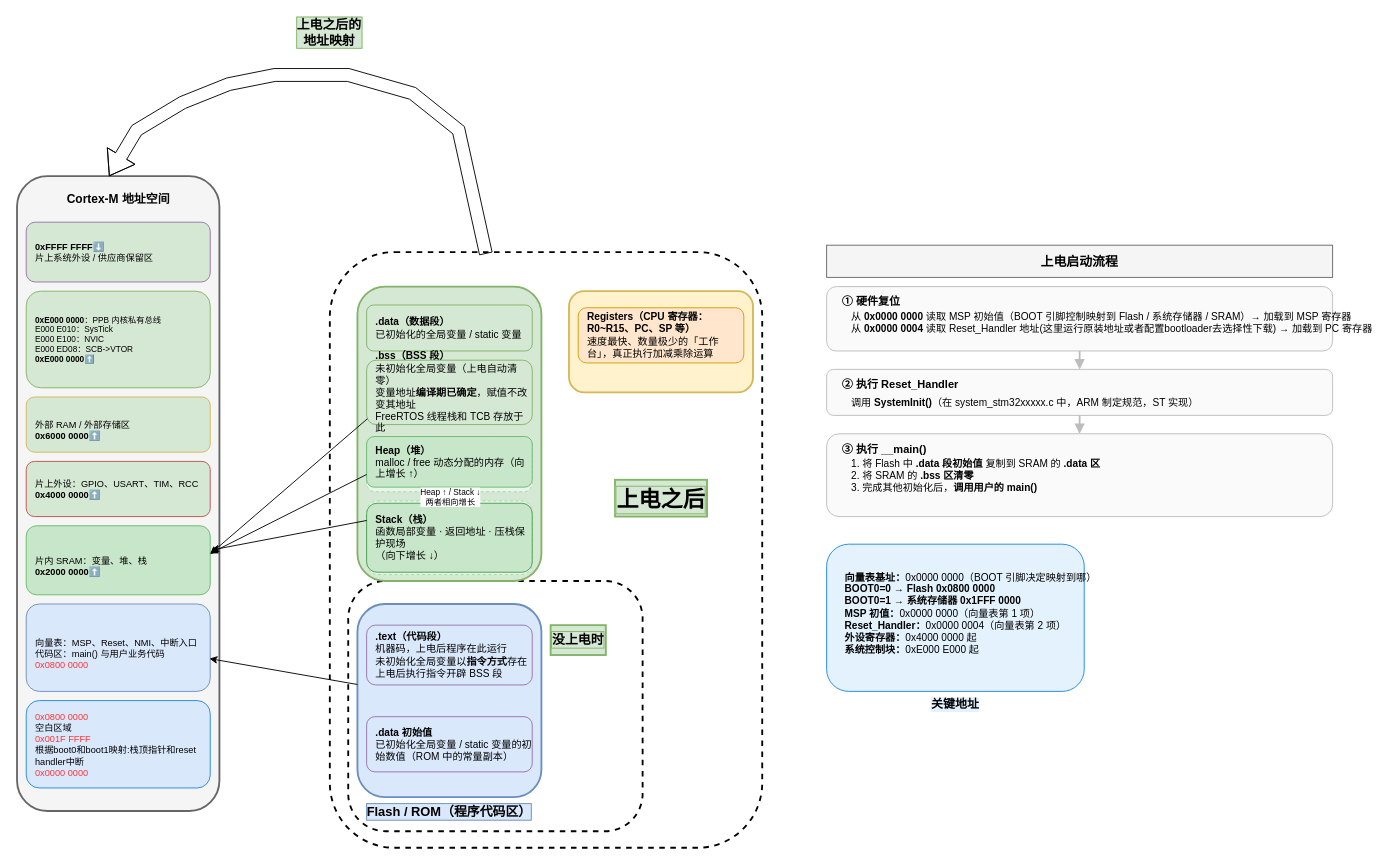
The draw.io diagram 术中自有万钟粟/Cortex-M4内核原理/arm_mcu内存划分.drawio in evil0knight/Basic_learning_record, before the edit. Source tidied: cells renumbered, new cells numbered last; positions are measured from the earlier drawing's top-left corner, leaving out a move shared by most shapes. Both pictures are drawn from the tidied source at 92%, with x=0, y=0 at pixel (17, 75).
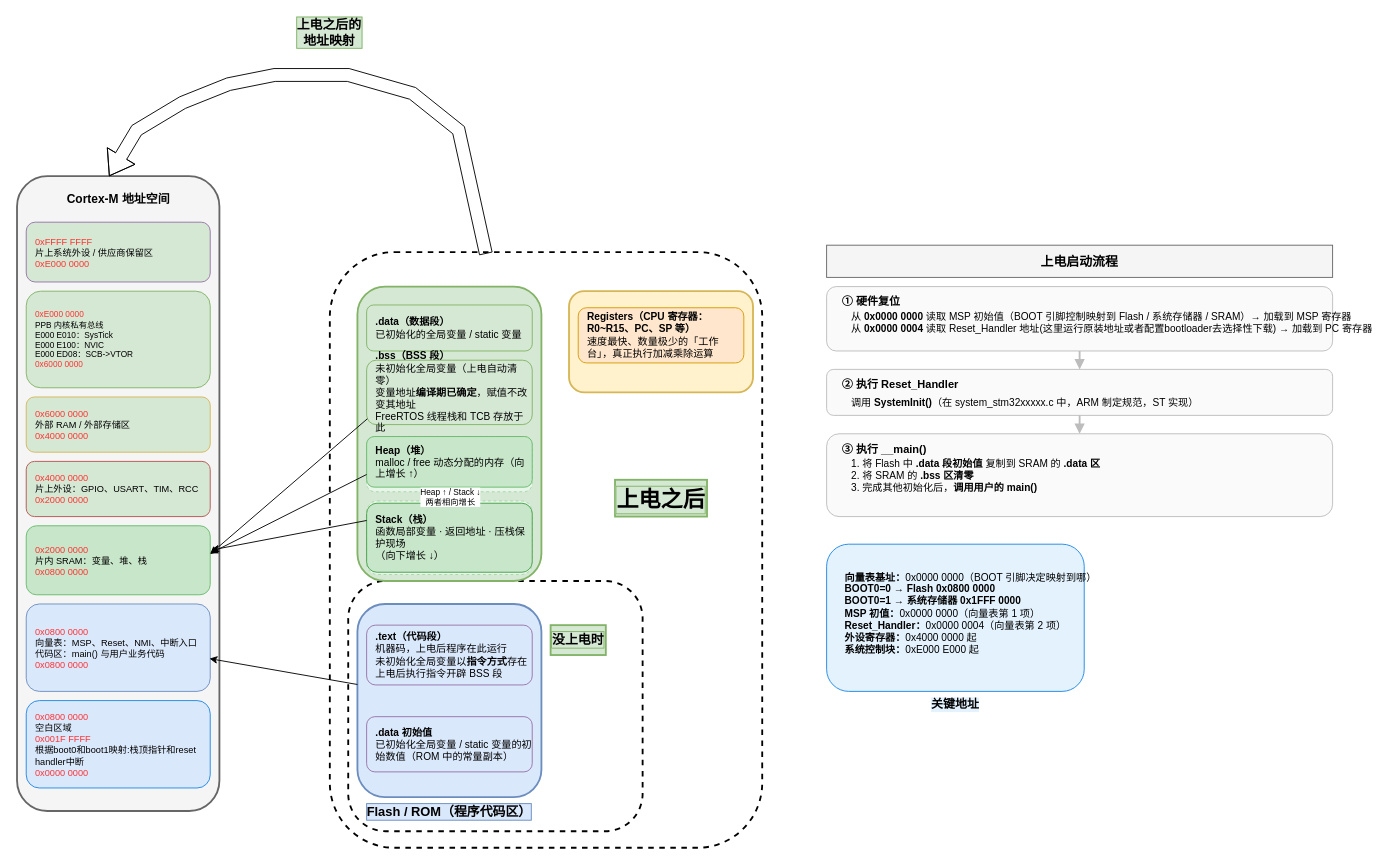
After the change.

Commit message:
整理 Cortex-M 地址空间图：各区域补全上下边界地址

What changed in the source:
```diff
@@
-    <mxCell id="34" value="&lt;b&gt;0xFFFF FFFF⬇️&lt;/b&gt;&lt;br&gt;片上系统外设 / 供应商保留区" style="rounded=1;whiteSpace=wrap;html=1;fillColor=#D5E8D4;strokeColor=#9673a6;fontSize=10;align=left;spacingLeft=8;" parent="1" vertex="1">
+    <mxCell id="34" value="&lt;span style=&quot;color: rgb(255, 51, 51);&quot;&gt;0xFFFF FFFF&lt;/span&gt;&lt;br&gt;片上系统外设 / 供应商保留区&lt;br&gt;&lt;span style=&quot;color: rgb(255, 51, 51);&quot;&gt;0xE000 0000&lt;/span&gt;" style="rounded=1;whiteSpace=wrap;html=1;fillColor=#D5E8D4;strokeColor=#9673a6;fontSize=10;align=left;spacingLeft=8;" parent="1" vertex="1">
       <mxGeometry x="10" y="160" width="200" height="65" as="geometry" />
     </mxCell>
-    <mxCell id="35" value="&lt;b&gt;0xE000 0000&lt;/b&gt;：PPB 内核私有总线&lt;br&gt;E000 E010：SysTick&lt;br&gt;E000 E100：NVIC&lt;br&gt;E000 ED08：SCB-&amp;gt;VTOR&lt;div&gt;&lt;b&gt;0xE000 0000⬆️&lt;/b&gt;&lt;/div&gt;" style="rounded=1;whiteSpace=wrap;html=1;fillColor=#D5E8D4;strokeColor=#82b366;fontSize=9;align=left;spacingLeft=8;" parent="1" vertex="1">
+    <mxCell id="35" value="&lt;span style=&quot;color: rgb(255, 51, 51);&quot;&gt;0xE000 0000&lt;/span&gt;&lt;br&gt;PPB 内核私有总线&lt;br&gt;E000 E010：SysTick&lt;br&gt;E000 E100：NVIC&lt;br&gt;E000 ED08：SCB-&amp;gt;VTOR&lt;br&gt;&lt;span style=&quot;color: rgb(255, 51, 51);&quot;&gt;0x6000 0000&lt;/span&gt;" style="rounded=1;whiteSpace=wrap;html=1;fillColor=#D5E8D4;strokeColor=#82b366;fontSize=9;align=left;spacingLeft=8;" parent="1" vertex="1">
       <mxGeometry x="10" y="235" width="200" height="105" as="geometry" />
     </mxCell>
-    <mxCell id="36" value="&lt;br&gt;外部 RAM / 外部存储区&lt;div&gt;&lt;b&gt;0x6000 0000⬆️&lt;/b&gt;&lt;/div&gt;" style="rounded=1;whiteSpace=wrap;html=1;fillColor=#D5E8D4;strokeColor=#d6b656;fontSize=10;align=left;spacingLeft=8;" parent="1" vertex="1">
+    <mxCell id="36" value="&lt;span style=&quot;color: rgb(255, 51, 51);&quot;&gt;0x6000 0000&lt;/span&gt;&lt;br&gt;外部 RAM / 外部存储区&lt;br&gt;&lt;span style=&quot;color: rgb(255, 51, 51);&quot;&gt;0x4000 0000&lt;/span&gt;" style="rounded=1;whiteSpace=wrap;html=1;fillColor=#D5E8D4;strokeColor=#d6b656;fontSize=10;align=left;spacingLeft=8;" parent="1" vertex="1">
       <mxGeometry x="10" y="350" width="200" height="60" as="geometry" />
     </mxCell>
-    <mxCell id="37" value="片上外设：GPIO、USART、TIM、RCC&lt;div&gt;&lt;b&gt;0x4000 0000⬆️&lt;/b&gt;&lt;br&gt;&lt;/div&gt;" style="rounded=1;whiteSpace=wrap;html=1;fillColor=#D5E8D4;strokeColor=#b85450;fontSize=10;align=left;spacingLeft=8;" parent="1" vertex="1">
+    <mxCell id="37" value="&lt;span style=&quot;color: rgb(255, 51, 51);&quot;&gt;0x4000 0000&lt;/span&gt;&lt;br&gt;片上外设：GPIO、USART、TIM、RCC&lt;br&gt;&lt;span style=&quot;color: rgb(255, 51, 51);&quot;&gt;0x2000 0000&lt;/span&gt;" style="rounded=1;whiteSpace=wrap;html=1;fillColor=#D5E8D4;strokeColor=#b85450;fontSize=10;align=left;spacingLeft=8;" parent="1" vertex="1">
       <mxGeometry x="10" y="420" width="200" height="60" as="geometry" />
     </mxCell>
-    <mxCell id="38" value="&lt;br&gt;片内 SRAM：变量、堆、栈&lt;div&gt;&lt;b&gt;0x2000 0000⬆️&lt;/b&gt;&lt;/div&gt;" style="rounded=1;whiteSpace=wrap;html=1;fillColor=#c8e6c9;strokeColor=#66bb6a;fontSize=10;align=left;spacingLeft=8;" parent="1" vertex="1">
+    <mxCell id="38" value="&lt;span style=&quot;color: rgb(255, 51, 51);&quot;&gt;0x2000 0000&lt;/span&gt;&lt;br&gt;片内 SRAM：变量、堆、栈&lt;br&gt;&lt;span style=&quot;color: rgb(255, 51, 51);&quot;&gt;0x0800 0000&lt;/span&gt;" style="rounded=1;whiteSpace=wrap;html=1;fillColor=#c8e6c9;strokeColor=#66bb6a;fontSize=10;align=left;spacingLeft=8;" parent="1" vertex="1">
       <mxGeometry x="10" y="490" width="200" height="75" as="geometry" />
     </mxCell>
-    <mxCell id="39" value="&lt;br&gt;向量表：MSP、Reset、NMI、中断入口&lt;br&gt;代码区：main() 与用户业务代码&lt;div&gt;&lt;span style=&quot;color: rgb(255, 51, 51);&quot;&gt;0x0800 0000&lt;/span&gt;&lt;/div&gt;" style="rounded=1;whiteSpace=wrap;html=1;fillColor=#dae8fc;strokeColor=#6c8ebf;fontSize=10;align=left;spacingLeft=8;" parent="1" vertex="1">
+    <mxCell id="39" value="&lt;span style=&quot;color: rgb(255, 51, 51);&quot;&gt;0x0800 0000&lt;/span&gt;&lt;br&gt;向量表：MSP、Reset、NMI、中断入口&lt;br&gt;代码区：main() 与用户业务代码&lt;br&gt;&lt;span style=&quot;color: rgb(255, 51, 51);&quot;&gt;0x0800 0000&lt;/span&gt;" style="rounded=1;whiteSpace=wrap;html=1;fillColor=#dae8fc;strokeColor=#6c8ebf;fontSize=10;align=left;spacingLeft=8;" parent="1" vertex="1">
       <mxGeometry x="10" y="575" width="200" height="95" as="geometry" />
     </mxCell>
```
